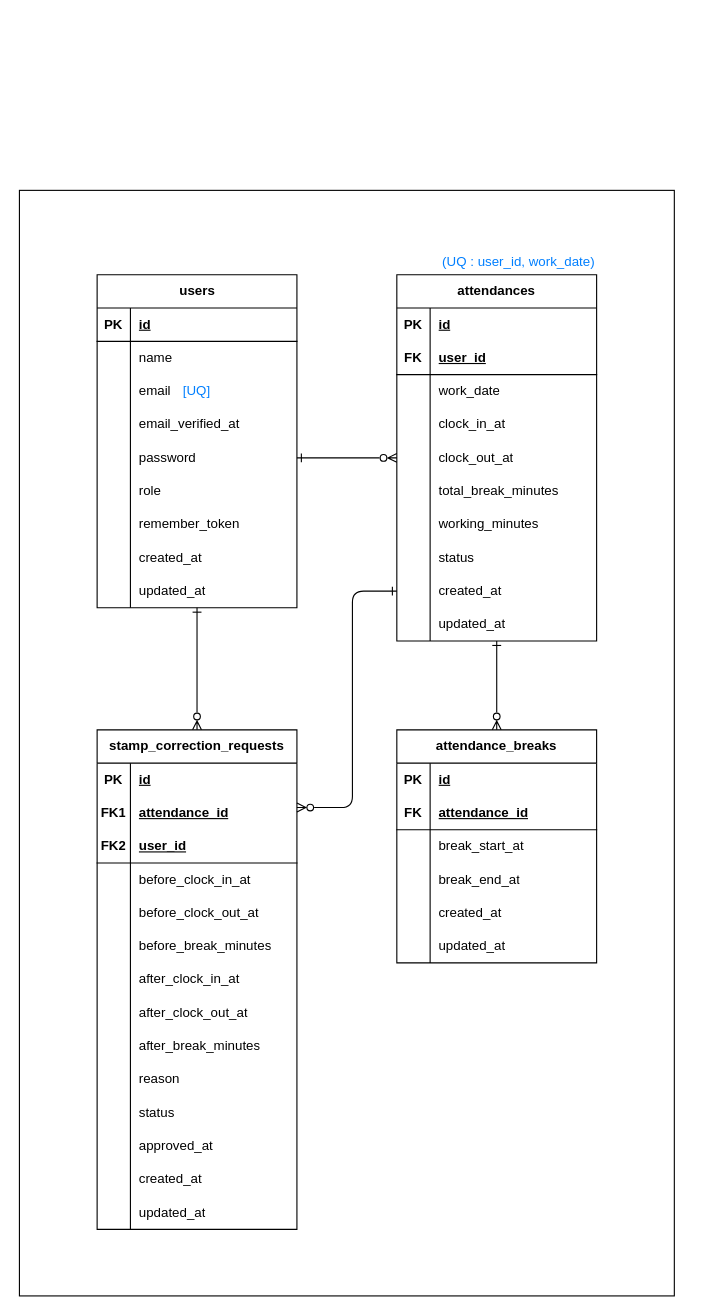
Before: diagram.drawio in mao716/attendance-app, a draw.io diagram. Source tidied: cells renumbered, new cells numbered last; positions are measured from the earlier drawing's top-left corner, leaving out a move shared by most shapes. Both pictures are drawn from the tidied source at 111%, with x=0, y=0 at pixel (19, 190).
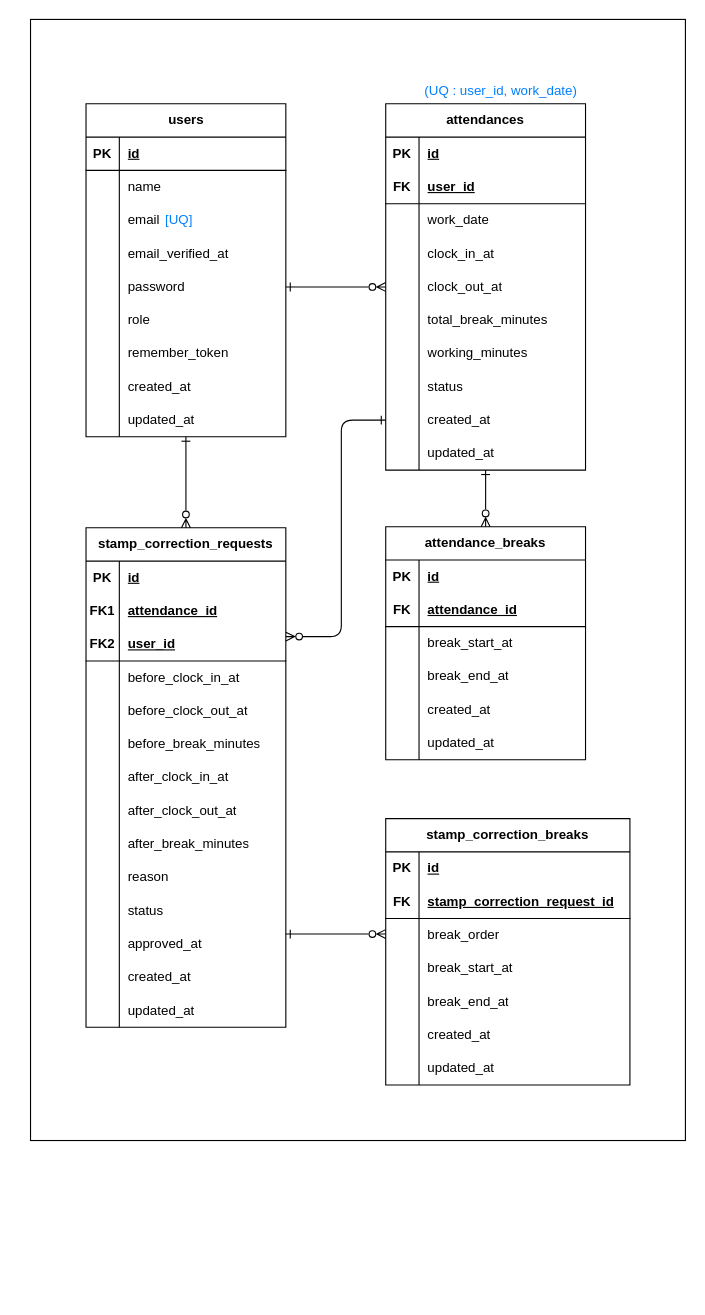
After the change.

Unchanged cells that the change refers to:
```xml
<mxCell id="57" style="shape=tableRow;horizontal=0;startSize=0;swimlaneHead=0;swimlaneBody=0;fillColor=none;points=[[0,0.5],[1,0.5]];portConstraint=eastwest;top=0;left=0;right=0;bottom=0;html=1;" parent="32" vertex="1">
  <mxGeometry y="270" width="180" height="30" as="geometry" />
</mxCell>
```

Diff of the diagram source:
```diff
@@
     <mxCell id="2" style="whiteSpace=wrap;html=1;" parent="1" vertex="1">
-      <mxGeometry width="590" height="996" as="geometry" />
+      <mxGeometry x="10" y="-154" width="590" height="1010" as="geometry" />
     </mxCell>
     <mxCell id="3" value="users" style="shape=table;startSize=30;childLayout=tableLayout;rowLines=0;fontStyle=1;align=center;html=1;" parent="1" vertex="1">
-      <mxGeometry x="70" y="76" width="180" height="300" as="geometry" />
+      <mxGeometry x="60" y="-78" width="180" height="300" as="geometry" />
     </mxCell>
@@
     <mxCell id="31" value="[UQ]" style="text;html=1;align=center;verticalAlign=middle;whiteSpace=wrap;rounded=0;fontColor=#007FFF;" parent="1" vertex="1">
-      <mxGeometry x="130" y="166" width="60" height="30" as="geometry" />
+      <mxGeometry x="114" y="12" width="60" height="30" as="geometry" />
     </mxCell>
     <mxCell id="32" value="attendances" style="shape=table;startSize=30;childLayout=tableLayout;rowLines=0;fontStyle=1;align=center;html=1;whiteSpace=wrap;" parent="1" vertex="1">
-      <mxGeometry x="340" y="76" width="180" height="330" as="geometry" />
+      <mxGeometry x="330" y="-78" width="180" height="330" as="geometry" />
     </mxCell>
@@
     <mxCell id="63" value="(UQ : user_id, work_date)" style="text;html=1;align=center;verticalAlign=middle;whiteSpace=wrap;rounded=0;fontColor=#007FFF;" parent="1" vertex="1">
-      <mxGeometry x="365" y="50" width="170" height="30" as="geometry" />
+      <mxGeometry x="349" y="-104" width="170" height="30" as="geometry" />
     </mxCell>
     <mxCell id="64" value="attendance_breaks" style="shape=table;startSize=30;childLayout=tableLayout;rowLines=0;fontStyle=1;align=center;html=1;whiteSpace=wrap;" parent="1" vertex="1">
-      <mxGeometry x="340" y="486" width="180" height="210" as="geometry" />
+      <mxGeometry x="330" y="303" width="180" height="210" as="geometry" />
     </mxCell>
@@
     <mxCell id="83" value="stamp_correction_requests" style="shape=table;startSize=30;childLayout=tableLayout;rowLines=0;fontStyle=1;align=center;html=1;whiteSpace=wrap;" parent="1" vertex="1">
-      <mxGeometry x="70" y="486" width="180" height="450" as="geometry" />
+      <mxGeometry x="60" y="304" width="180" height="450" as="geometry" />
     </mxCell>
@@
-    <mxCell id="127" style="endArrow=ERzeroToMany;html=1;entryX=0.5;entryY=0;entryDx=0;entryDy=0;startArrow=ERone;startFill=0;endFill=0;" parent="1" edge="1" target="64">
+    <mxCell id="127" style="endArrow=ERzeroToMany;html=1;startArrow=ERone;startFill=0;endFill=0;entryX=0.5;entryY=0;entryDx=0;entryDy=0;" parent="1" edge="1" target="64">
       <mxGeometry relative="1" as="geometry">
-        <mxPoint x="430" y="406" as="sourcePoint" />
+        <mxPoint x="420" y="252" as="sourcePoint" />
       </mxGeometry>
     </mxCell>
-    <mxCell id="128" style="endArrow=ERone;html=1;startArrow=ERzeroToMany;startFill=0;endFill=0;" parent="1" edge="1">
+    <mxCell id="128" style="endArrow=ERone;html=1;startArrow=ERzeroToMany;startFill=0;endFill=0;exitX=0.5;exitY=0;exitDx=0;exitDy=0;" parent="1" edge="1" source="83">
       <mxGeometry relative="1" as="geometry">
-        <mxPoint x="160" y="486" as="sourcePoint" />
-        <mxPoint x="160" y="376" as="targetPoint" />
+        <mxPoint x="150" y="222" as="targetPoint" />
       </mxGeometry>
     </mxCell>
     <mxCell id="129" style="endArrow=ERone;html=1;entryX=0;entryY=0.5;entryDx=0;entryDy=0;edgeStyle=orthogonalEdgeStyle;startArrow=ERzeroToMany;startFill=0;endFill=0;" parent="1" edge="1" target="57">
       <mxGeometry relative="1" as="geometry">
-        <mxPoint x="250" y="556" as="sourcePoint" />
+        <mxPoint x="240" y="402" as="sourcePoint" />
         <Array as="points">
-          <mxPoint x="300" y="556" />
-          <mxPoint x="300" y="361" />
+          <mxPoint x="290" y="402" />
+          <mxPoint x="290" y="207" />
         </Array>
       </mxGeometry>
     </mxCell>
+    <mxCell id="130" style="endArrow=ERzeroToMany;html=1;rounded=0;startArrow=ERone;startFill=0;endFill=0;" parent="1" edge="1">
+      <mxGeometry relative="1" as="geometry">
+        <mxPoint x="240" y="670" as="sourcePoint" />
+        <mxPoint x="330" y="670" as="targetPoint" />
+      </mxGeometry>
+    </mxCell>
+    <mxCell id="131" value="&lt;span style=&quot;color: rgb(0, 0, 0); text-wrap-mode: nowrap;&quot;&gt;stamp_correction_breaks&lt;/span&gt;" style="shape=table;startSize=30;childLayout=tableLayout;rowLines=0;fontStyle=1;align=center;html=1;whiteSpace=wrap;" parent="1" vertex="1">
+      <mxGeometry x="330" y="566" width="220" height="240" as="geometry" />
+    </mxCell>
+    <mxCell id="132" style="shape=tableRow;horizontal=0;startSize=0;swimlaneHead=0;swimlaneBody=0;fillColor=none;top=0;left=0;right=0;bottom=0;html=1;" parent="131" vertex="1">
+      <mxGeometry y="30" width="220" height="30" as="geometry" />
+    </mxCell>
+    <mxCell id="133" value="PK" style="shape=partialRectangle;fillColor=none;top=0;left=0;bottom=0;right=0;fontStyle=1;overflow=hidden;html=1;whiteSpace=wrap;" parent="132" vertex="1">
+      <mxGeometry width="30" height="30" as="geometry" />
+    </mxCell>
+    <mxCell id="134" value="&lt;span style=&quot;color: rgb(0, 0, 0);&quot;&gt;id&lt;/span&gt;" style="shape=partialRectangle;fillColor=none;top=0;left=0;bottom=0;right=0;align=left;spacingLeft=6;fontStyle=5;overflow=hidden;html=1;whiteSpace=wrap;" parent="132" vertex="1">
+      <mxGeometry x="30" width="190" height="30" as="geometry" />
+    </mxCell>
+    <mxCell id="135" style="shape=tableRow;horizontal=0;startSize=0;swimlaneHead=0;swimlaneBody=0;fillColor=none;top=0;left=0;right=0;bottom=1;html=1;" parent="131" vertex="1">
+      <mxGeometry y="60" width="220" height="30" as="geometry" />
+    </mxCell>
+    <mxCell id="136" value="FK" style="shape=partialRectangle;fillColor=none;top=0;left=0;bottom=0;right=0;fontStyle=1;overflow=hidden;html=1;whiteSpace=wrap;" parent="135" vertex="1">
+      <mxGeometry width="30" height="30" as="geometry" />
+    </mxCell>
+    <mxCell id="137" value="&lt;span style=&quot;color: rgb(0, 0, 0);&quot;&gt;stamp_correction_request_id&lt;/span&gt;" style="shape=partialRectangle;fillColor=none;top=0;left=0;bottom=0;right=0;align=left;spacingLeft=6;fontStyle=5;overflow=hidden;html=1;whiteSpace=wrap;" parent="135" vertex="1">
+      <mxGeometry x="30" width="190" height="30" as="geometry" />
+    </mxCell>
+    <mxCell id="138" style="shape=tableRow;horizontal=0;startSize=0;swimlaneHead=0;swimlaneBody=0;fillColor=none;top=0;left=0;right=0;bottom=0;html=1;" parent="131" vertex="1">
+      <mxGeometry y="90" width="220" height="30" as="geometry" />
+    </mxCell>
+    <mxCell id="139" style="shape=partialRectangle;fillColor=none;top=0;left=0;bottom=0;right=0;overflow=hidden;html=1;whiteSpace=wrap;" parent="138" vertex="1">
+      <mxGeometry width="30" height="30" as="geometry" />
+    </mxCell>
+    <mxCell id="140" value="&lt;span style=&quot;color: rgb(0, 0, 0);&quot;&gt;break_order&lt;/span&gt;" style="shape=partialRectangle;fillColor=none;top=0;left=0;bottom=0;right=0;align=left;spacingLeft=6;overflow=hidden;html=1;whiteSpace=wrap;" parent="138" vertex="1">
+      <mxGeometry x="30" width="190" height="30" as="geometry" />
+    </mxCell>
+    <mxCell id="141" style="shape=tableRow;horizontal=0;startSize=0;swimlaneHead=0;swimlaneBody=0;fillColor=none;top=0;left=0;right=0;bottom=0;html=1;" parent="131" vertex="1">
+      <mxGeometry y="120" width="220" height="30" as="geometry" />
+    </mxCell>
+    <mxCell id="142" style="shape=partialRectangle;fillColor=none;top=0;left=0;bottom=0;right=0;overflow=hidden;html=1;whiteSpace=wrap;" parent="141" vertex="1">
+      <mxGeometry width="30" height="30" as="geometry" />
+    </mxCell>
+    <mxCell id="143" value="&lt;span style=&quot;color: rgb(0, 0, 0);&quot;&gt;break_start_at&lt;/span&gt;" style="shape=partialRectangle;fillColor=none;top=0;left=0;bottom=0;right=0;align=left;spacingLeft=6;overflow=hidden;html=1;whiteSpace=wrap;" parent="141" vertex="1">
+      <mxGeometry x="30" width="190" height="30" as="geometry" />
+    </mxCell>
+    <mxCell id="144" style="shape=tableRow;horizontal=0;startSize=0;swimlaneHead=0;swimlaneBody=0;fillColor=none;top=0;left=0;right=0;bottom=0;html=1;" parent="131" vertex="1">
+      <mxGeometry y="150" width="220" height="30" as="geometry" />
+    </mxCell>
+    <mxCell id="145" style="shape=partialRectangle;fillColor=none;top=0;left=0;bottom=0;right=0;overflow=hidden;html=1;whiteSpace=wrap;" parent="144" vertex="1">
+      <mxGeometry width="30" height="30" as="geometry" />
+    </mxCell>
+    <mxCell id="146" value="&lt;span style=&quot;color: rgb(0, 0, 0);&quot;&gt;break_end_at&lt;/span&gt;" style="shape=partialRectangle;fillColor=none;top=0;left=0;bottom=0;right=0;align=left;spacingLeft=6;overflow=hidden;html=1;whiteSpace=wrap;" parent="144" vertex="1">
+      <mxGeometry x="30" width="190" height="30" as="geometry" />
+    </mxCell>
+    <mxCell id="147" style="shape=tableRow;horizontal=0;startSize=0;swimlaneHead=0;swimlaneBody=0;fillColor=none;top=0;left=0;right=0;bottom=0;html=1;" parent="131" vertex="1">
+      <mxGeometry y="180" width="220" height="30" as="geometry" />
+    </mxCell>
+    <mxCell id="148" style="shape=partialRectangle;fillColor=none;top=0;left=0;bottom=0;right=0;overflow=hidden;html=1;whiteSpace=wrap;" parent="147" vertex="1">
+      <mxGeometry width="30" height="30" as="geometry" />
+    </mxCell>
+    <mxCell id="149" value="&lt;span style=&quot;color: rgb(0, 0, 0);&quot;&gt;created_at&lt;/span&gt;" style="shape=partialRectangle;fillColor=none;top=0;left=0;bottom=0;right=0;align=left;spacingLeft=6;overflow=hidden;html=1;whiteSpace=wrap;" parent="147" vertex="1">
+      <mxGeometry x="30" width="190" height="30" as="geometry" />
+    </mxCell>
+    <mxCell id="150" style="shape=tableRow;horizontal=0;startSize=0;swimlaneHead=0;swimlaneBody=0;fillColor=none;top=0;left=0;right=0;bottom=0;html=1;" parent="131" vertex="1">
+      <mxGeometry y="210" width="220" height="30" as="geometry" />
+    </mxCell>
+    <mxCell id="151" style="shape=partialRectangle;fillColor=none;top=0;left=0;bottom=0;right=0;overflow=hidden;html=1;whiteSpace=wrap;" parent="150" vertex="1">
+      <mxGeometry width="30" height="30" as="geometry" />
+    </mxCell>
+    <mxCell id="152" value="&lt;span style=&quot;color: rgb(0, 0, 0);&quot;&gt;updated_at&lt;/span&gt;" style="shape=partialRectangle;fillColor=none;top=0;left=0;bottom=0;right=0;align=left;spacingLeft=6;overflow=hidden;html=1;whiteSpace=wrap;" parent="150" vertex="1">
+      <mxGeometry x="30" width="190" height="30" as="geometry" />
+    </mxCell>
```
